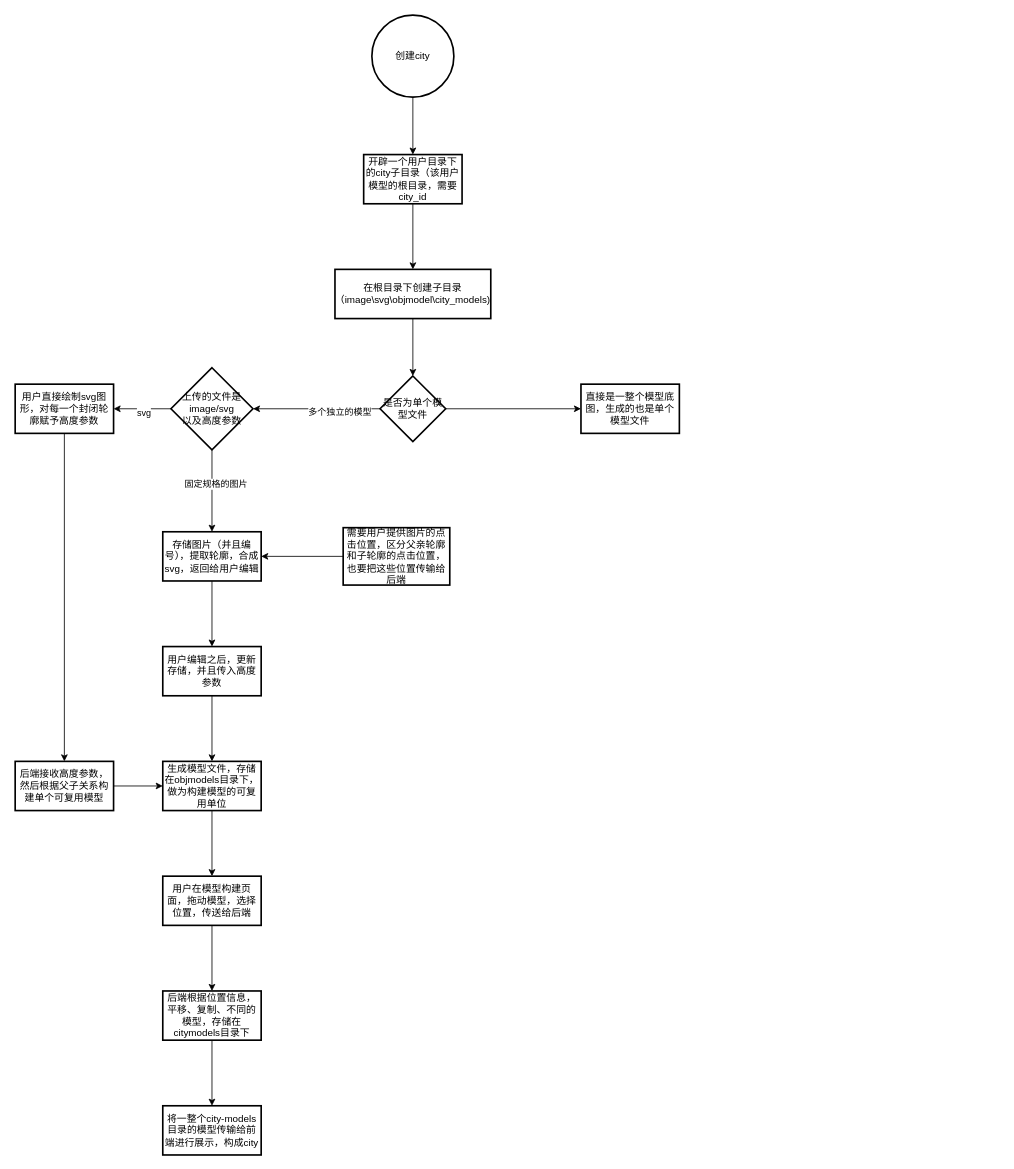
Above: 数据库流程图（技术）.drawio in xy-Summer-Sky/2DTO3D (draw.io), before the change. Source tidied: cells renumbered, new cells numbered last; positions are measured from the earlier drawing's top-left corner, leaving out a move shared by most shapes. Both pictures are drawn from the tidied source at 82%, with x=0, y=0 at pixel (15, 15).
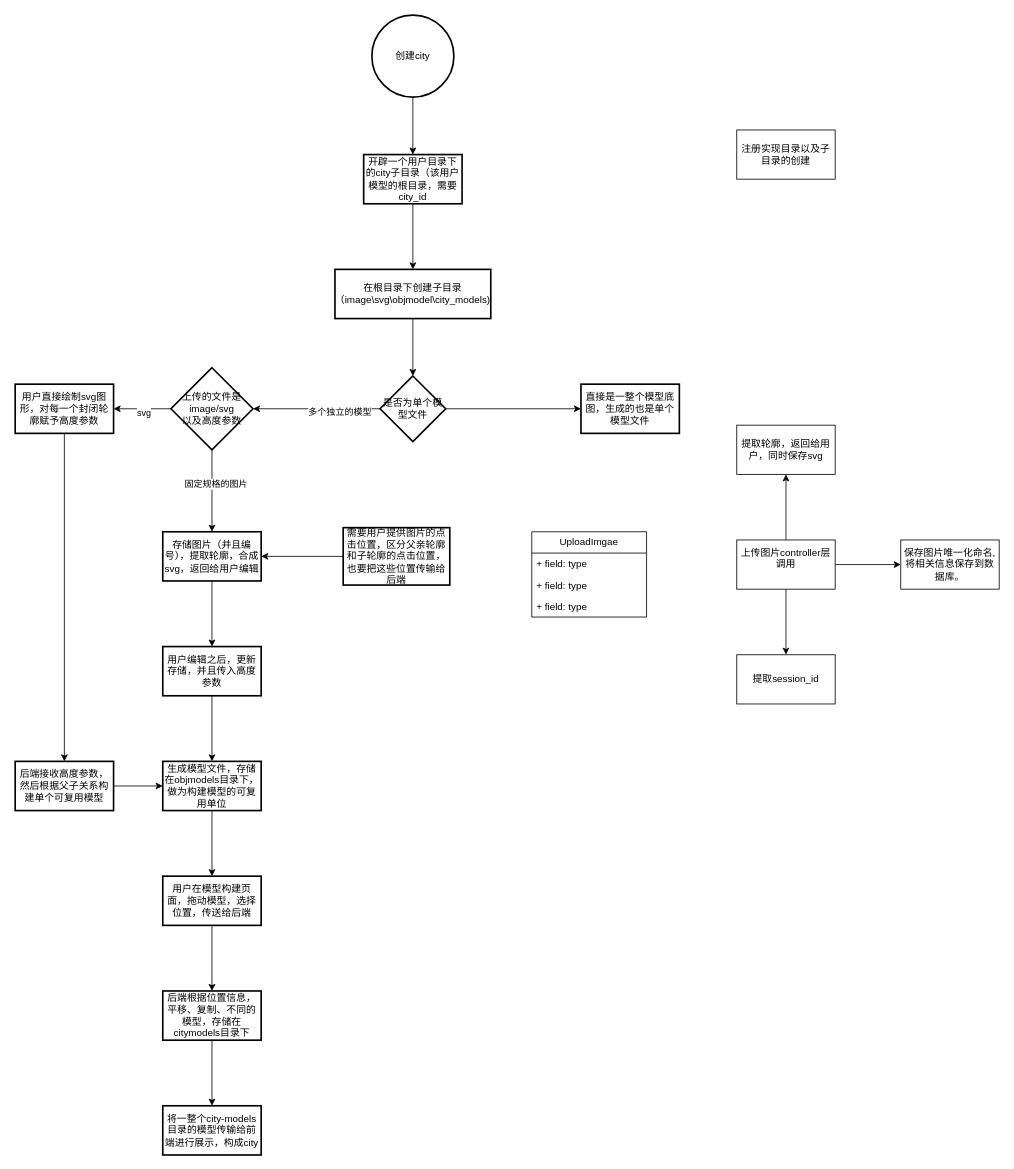
After the change.

Diff of the diagram source:
```diff
@@
+    <mxCell id="36" style="edgeStyle=orthogonalEdgeStyle;rounded=0;jettySize=auto;html=1;" parent="1" edge="1" source="39" target="40">
+      <mxGeometry relative="1" as="geometry" />
+    </mxCell>
+    <mxCell id="37" style="edgeStyle=orthogonalEdgeStyle;rounded=0;jettySize=auto;html=1;" parent="1" edge="1" source="39" target="41">
+      <mxGeometry relative="1" as="geometry" />
+    </mxCell>
+    <mxCell id="38" style="edgeStyle=orthogonalEdgeStyle;rounded=0;jettySize=auto;html=1;" parent="1" edge="1" source="39" target="42">
+      <mxGeometry relative="1" as="geometry" />
+    </mxCell>
+    <mxCell id="39" value="&lt;div&gt;上传图片controller层调用&lt;/div&gt;&lt;div&gt;&lt;br&gt;&lt;/div&gt;" style="whiteSpace=wrap;html=1;" parent="1" vertex="1">
+      <mxGeometry x="880" y="640" width="120" height="60" as="geometry" />
+    </mxCell>
+    <mxCell id="40" value="提取session_id" style="whiteSpace=wrap;html=1;" parent="1" vertex="1">
+      <mxGeometry x="880" y="780" width="120" height="60" as="geometry" />
+    </mxCell>
+    <mxCell id="41" value="保存图片唯一化命名,将相关信息保存到数据库。" style="whiteSpace=wrap;html=1;" parent="1" vertex="1">
+      <mxGeometry x="1080" y="640" width="120" height="60" as="geometry" />
+    </mxCell>
+    <mxCell id="42" value="提取轮廓，返回给用户，同时保存svg" style="whiteSpace=wrap;html=1;" parent="1" vertex="1">
+      <mxGeometry x="880" y="500" width="120" height="60" as="geometry" />
+    </mxCell>
+    <mxCell id="43" value="UploadImgae" style="swimlane;fontStyle=0;horizontal=1;startSize=26;fillColor=none;whiteSpace=wrap;html=1;" parent="1" vertex="1">
+      <mxGeometry x="630" y="630" width="140" height="104" as="geometry" />
+    </mxCell>
+    <mxCell id="44" value="+ field: type" style="text;strokeColor=none;fillColor=none;align=left;verticalAlign=top;spacingLeft=4;spacingRight=4;overflow=hidden;whiteSpace=wrap;html=1;" parent="43" vertex="1">
+      <mxGeometry y="26" width="140" height="26" as="geometry" />
+    </mxCell>
+    <mxCell id="45" value="+ field: type" style="text;strokeColor=none;fillColor=none;align=left;verticalAlign=top;spacingLeft=4;spacingRight=4;overflow=hidden;whiteSpace=wrap;html=1;" parent="43" vertex="1">
+      <mxGeometry y="52" width="140" height="26" as="geometry" />
+    </mxCell>
+    <mxCell id="46" value="+ field: type" style="text;strokeColor=none;fillColor=none;align=left;verticalAlign=top;spacingLeft=4;spacingRight=4;overflow=hidden;whiteSpace=wrap;html=1;" parent="43" vertex="1">
+      <mxGeometry y="78" width="140" height="26" as="geometry" />
+    </mxCell>
+    <mxCell id="47" value="注册实现目录以及子目录的创建" style="rounded=0;whiteSpace=wrap;html=1;" parent="1" vertex="1">
+      <mxGeometry x="880" y="140" width="120" height="60" as="geometry" />
+    </mxCell>
```
